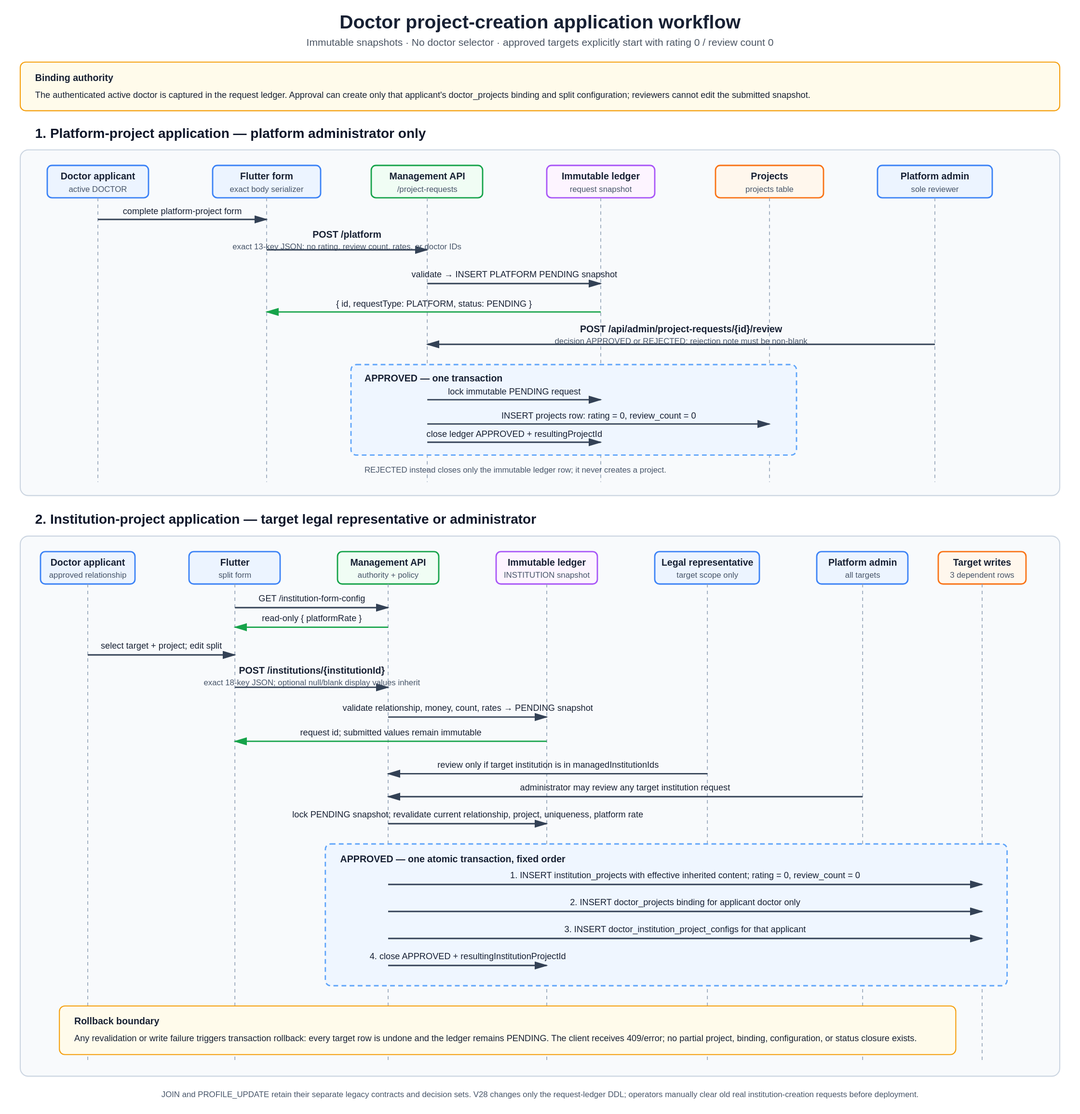
Above: design/DOCTOR_PROJECT_APPLICATION_WORKFLOW.svg in shimmail/joysong (PlantUML), before the change. Its source is kept beside it as design/DOCTOR_PROJECT_APPLICATION_WORKFLOW.puml. The source it was exported from:
```plantuml
@startuml
title Doctor project-creation application workflow

skinparam backgroundColor #FFFFFF
skinparam sequenceArrowThickness 1
skinparam responseMessageBelowArrow true
skinparam ParticipantPadding 12
skinparam BoxPadding 8

actor "Authenticated active\ndoctor applicant" as Doctor
participant "Flutter\n(project application)" as Flutter
participant "Management API\n/project-requests" as API
database "Immutable request ledger\nprofessional_project_requests" as Ledger
actor "Platform administrator" as Admin
actor "Target institution\nlegal representative" as LegalRep
database "Projects\nprojects" as Projects
database "Institution projects\ninstitution_projects" as InstitutionProjects
database "Applicant bindings\ndoctor_projects" as DoctorProjects
database "Applicant split configs\ndoctor_institution_project_configs" as Configs

note over Doctor,Ledger
  No doctor selector exists. The authenticated doctor is stored as the
  sole applicant and is the only doctor binding created after approval.
  Submitted request fields are immutable snapshots.
end note

group Platform-project application
  Doctor -> Flutter: enter complete platform project form
  Flutter -> API: POST /platform\nexact 13-key JSON body
  API -> API: require active DOCTOR\nvalidate text, arrays, money, count
  API -> Ledger: INSERT PLATFORM snapshot (PENDING, applicant doctor)
  Ledger --> API: request id
  API --> Flutter: {id, requestType: PLATFORM, status: PENDING}

  Admin -> API: POST /api/admin/project-requests/{id}/review\n{decision: APPROVED|REJECTED, reviewNote}
  API -> Ledger: lock pending immutable snapshot
  API -> API: require platform administrator\nREJECTED requires non-blank note
  alt APPROVED
    group one transaction
      API -> Projects: INSERT project\nrating = 0, review_count = 0
      API -> Ledger: close APPROVED + resultingProjectId
    end
  else REJECTED
    API -> Ledger: close REJECTED + review note
  end
  API --> Admin: review result
end

group Institution-project application
  Doctor -> Flutter: choose approved institution + platform project
  Flutter -> API: GET /institution-form-config
  API --> Flutter: {platformRate} (read only)
  Flutter -> API: POST /institutions/{institutionId}\nexact 18-key JSON body
  API -> API: require applicant approved relationship\nvalidate inheritance, money, count and split
  API -> Ledger: INSERT INSTITUTION snapshot (PENDING, applicant doctor)
  Ledger --> API: request id
  API --> Flutter: {id, requestType: INSTITUTION, status: PENDING}

  alt Target institution legal representative
    LegalRep -> API: POST /api/management/project-requests/{id}/review
    API -> API: require current managedInstitutionIds authority
  else Platform administrator
    Admin -> API: POST /api/management/project-requests/{id}/review
    API -> API: require administrator authority
  end
  API -> Ledger: lock pending immutable snapshot
  API -> API: revalidate current institution, applicant relationship,\nplatform project, uniqueness, current platform rate and split
  alt REJECTED
    API -> Ledger: close REJECTED + non-blank review note
  else APPROVED
    group one atomic transaction; rollback all writes on any failure
      API -> InstitutionProjects: INSERT effective inherited content\nrating = 0, review_count = 0
      API -> DoctorProjects: INSERT binding for applicant doctor only
      API -> Configs: INSERT applicant split configuration
      API -> Ledger: close APPROVED + resultingInstitutionProjectId
    end
  end
  alt any write or revalidation fails
    API -> API: rollback transaction; ledger remains PENDING
    API --> Flutter: 409/error; no partial project, binding, or config
  else transaction succeeds
    API --> Flutter: review result
  end
end

note over InstitutionProjects,Configs
  Approval order is fixed: institution_projects -> doctor_projects(applicant)
  -> doctor_institution_project_configs -> close request. Reviewers never
  edit submitted fields. JOIN and PROFILE_UPDATE use separate contracts.
end note

@enduml
```
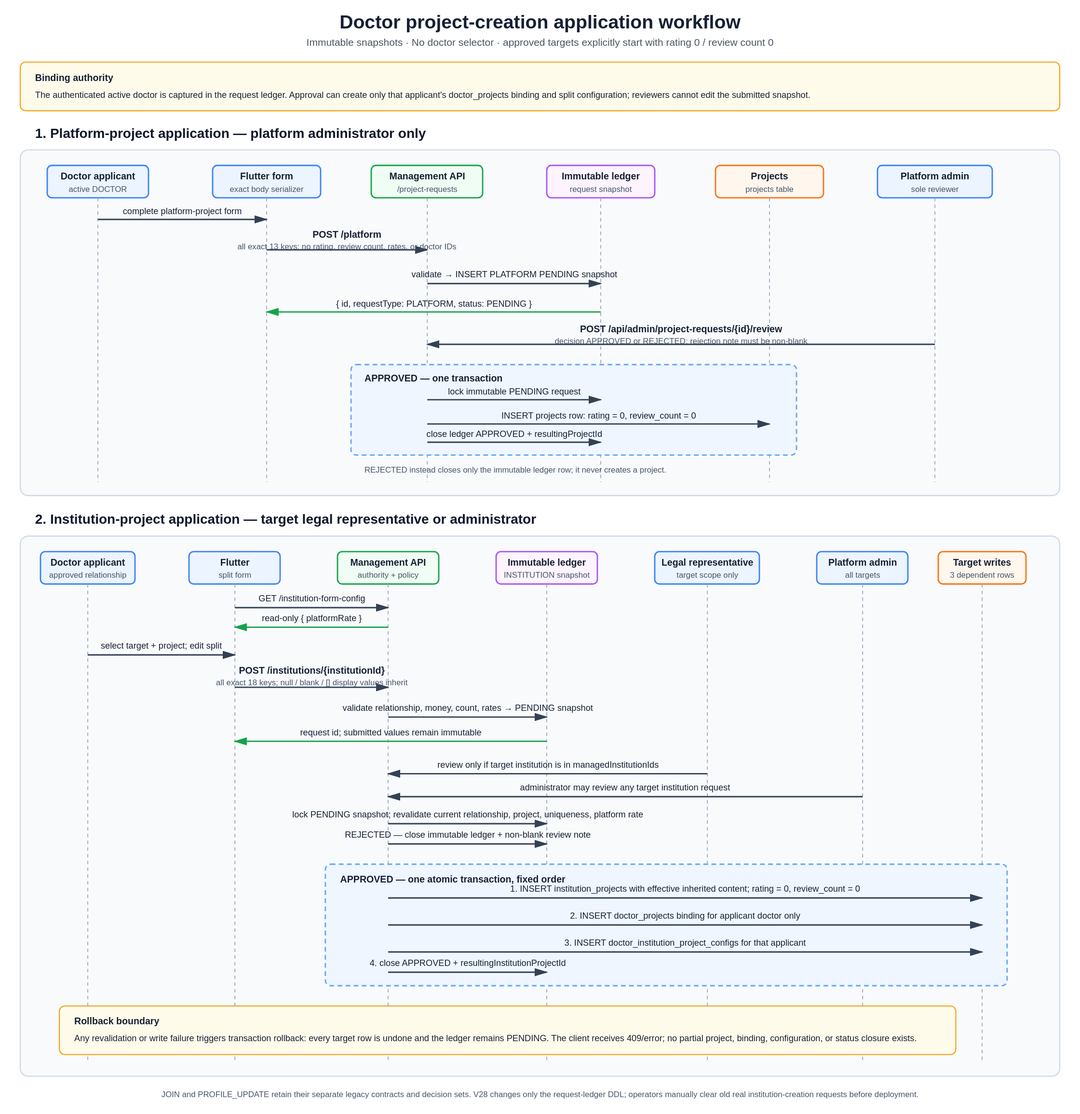
After the commit.

Commit message:
docs: close project application contract gaps

Diff of the diagram source:
```diff
@@ -26,7 +26,7 @@
 
 group Platform-project application
   Doctor -> Flutter: enter complete platform project form
-  Flutter -> API: POST /platform\nexact 13-key JSON body
+  Flutter -> API: POST /platform\nall exact 13 keys; every key present
   API -> API: require active DOCTOR\nvalidate text, arrays, money, count
   API -> Ledger: INSERT PLATFORM snapshot (PENDING, applicant doctor)
   Ledger --> API: request id
@@ -50,7 +50,7 @@
   Doctor -> Flutter: choose approved institution + platform project
   Flutter -> API: GET /institution-form-config
   API --> Flutter: {platformRate} (read only)
-  Flutter -> API: POST /institutions/{institutionId}\nexact 18-key JSON body
+  Flutter -> API: POST /institutions/{institutionId}\nall exact 18 keys; null/blank/[] inherits
   API -> API: require applicant approved relationship\nvalidate inheritance, money, count and split
   API -> Ledger: INSERT INSTITUTION snapshot (PENDING, applicant doctor)
   Ledger --> API: request id
```
